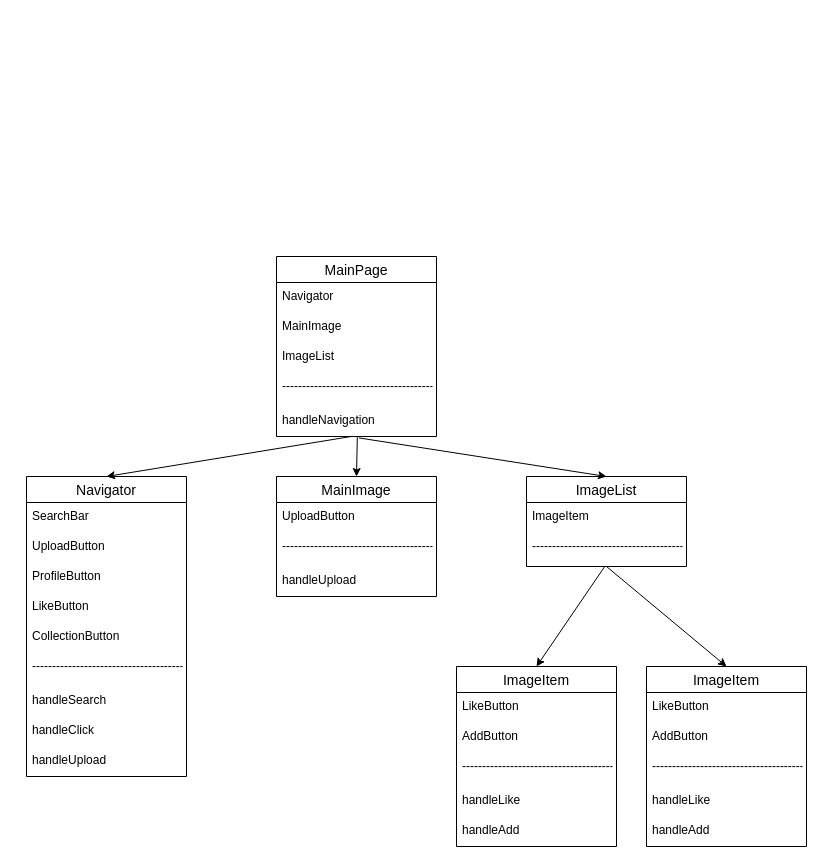
zakyi/RefactMyFirstFrontendProject keeps this draw.io diagram as public/ProjectStructure.drawio. Above is the earlier version. Source tidied: cells renumbered, new cells numbered last; positions are measured from the earlier drawing's top-left corner, leaving out a move shared by most shapes. Both pictures are drawn from the tidied source at 100%, with x=0, y=0 at pixel (26, 256).
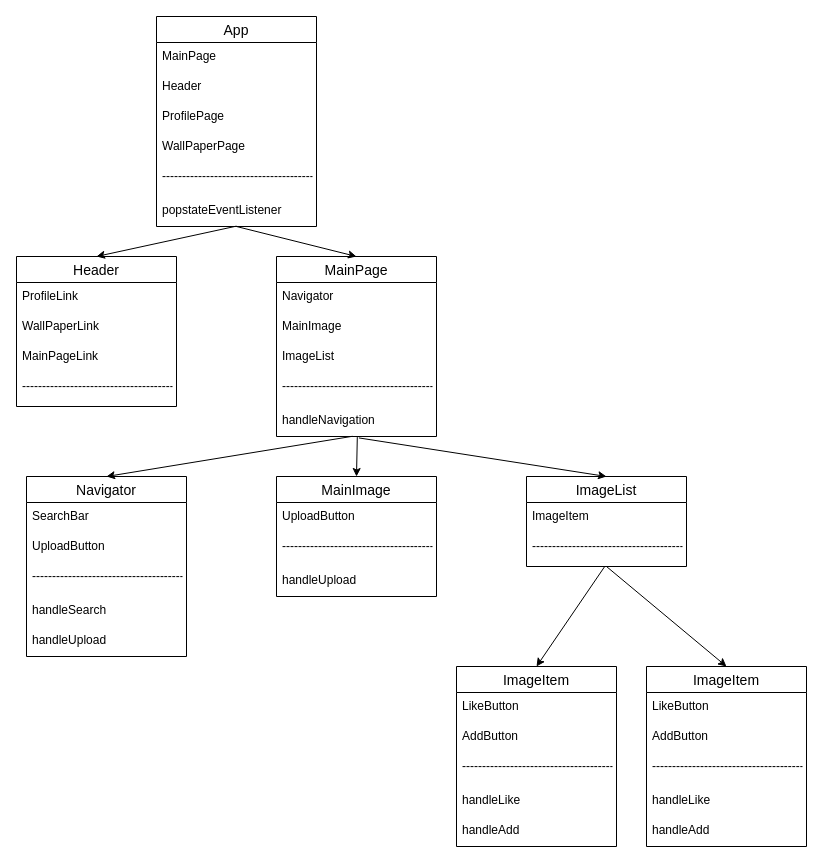
Above is the later version.

Unchanged cells that the change refers to:
```xml
<mxCell id="2" value="MainPage" style="swimlane;fontStyle=0;horizontal=1;startSize=26;align=center;fontSize=14;" parent="1" vertex="1">
  <mxGeometry x="250" width="160" height="180" as="geometry" />
</mxCell>
```

The edit, as a diff of the source:
```diff
@@
     <mxCell id="8" value="Navigator" style="swimlane;fontStyle=0;horizontal=1;startSize=26;align=center;fontSize=14;" parent="1" vertex="1">
-      <mxGeometry y="220" width="160" height="300" as="geometry" />
+      <mxGeometry y="220" width="160" height="180" as="geometry" />
     </mxCell>
@@
-    <mxCell id="11" value="ProfileButton" style="text;strokeColor=none;fillColor=none;spacingLeft=4;spacingRight=4;overflow=hidden;fontSize=12;" parent="8" vertex="1">
-      <mxGeometry y="86" width="160" height="30" as="geometry" />
-    </mxCell>
-    <mxCell id="12" value="LikeButton" style="text;strokeColor=none;fillColor=none;spacingLeft=4;spacingRight=4;overflow=hidden;fontSize=12;" parent="8" vertex="1">
-      <mxGeometry y="116" width="160" height="30" as="geometry" />
-    </mxCell>
-    <mxCell id="13" value="CollectionButton" style="text;strokeColor=none;fillColor=none;spacingLeft=4;spacingRight=4;overflow=hidden;fontSize=12;" parent="8" vertex="1">
-      <mxGeometry y="146" width="160" height="30" as="geometry" />
-    </mxCell>
     <mxCell id="14" value="---------------------------------------" style="text;strokeColor=none;fillColor=none;spacingLeft=4;spacingRight=4;overflow=hidden;fontSize=12;" parent="8" vertex="1">
-      <mxGeometry y="176" width="160" height="34" as="geometry" />
+      <mxGeometry y="86" width="160" height="34" as="geometry" />
     </mxCell>
     <mxCell id="15" value="handleSearch&#10;&#10;&#10;" style="text;strokeColor=none;fillColor=none;spacingLeft=4;spacingRight=4;overflow=hidden;fontSize=12;" parent="8" vertex="1">
-      <mxGeometry y="210" width="160" height="30" as="geometry" />
+      <mxGeometry y="120" width="160" height="30" as="geometry" />
     </mxCell>
-    <mxCell id="16" value="handleClick&#10;&#10;" style="text;strokeColor=none;fillColor=none;spacingLeft=4;spacingRight=4;overflow=hidden;fontSize=12;" parent="8" vertex="1">
-      <mxGeometry y="240" width="160" height="30" as="geometry" />
-    </mxCell>
     <mxCell id="17" value="handleUpload&#10;&#10;" style="text;strokeColor=none;fillColor=none;spacingLeft=4;spacingRight=4;overflow=hidden;fontSize=12;" parent="8" vertex="1">
-      <mxGeometry y="270" width="160" height="30" as="geometry" />
+      <mxGeometry y="150" width="160" height="30" as="geometry" />
     </mxCell>
@@
+    <mxCell id="42" value="Header" style="swimlane;fontStyle=0;horizontal=1;startSize=26;align=center;fontSize=14;" parent="1" vertex="1">
+      <mxGeometry x="-10" width="160" height="150" as="geometry" />
+    </mxCell>
+    <mxCell id="43" value="ProfileLink" style="text;strokeColor=none;fillColor=none;spacingLeft=4;spacingRight=4;overflow=hidden;fontSize=12;" parent="42" vertex="1">
+      <mxGeometry y="26" width="160" height="30" as="geometry" />
+    </mxCell>
+    <mxCell id="44" value="WallPaperLink" style="text;strokeColor=none;fillColor=none;spacingLeft=4;spacingRight=4;overflow=hidden;fontSize=12;" parent="42" vertex="1">
+      <mxGeometry y="56" width="160" height="30" as="geometry" />
+    </mxCell>
+    <mxCell id="45" value="MainPageLink" style="text;strokeColor=none;fillColor=none;spacingLeft=4;spacingRight=4;overflow=hidden;fontSize=12;" parent="42" vertex="1">
+      <mxGeometry y="86" width="160" height="30" as="geometry" />
+    </mxCell>
+    <mxCell id="46" value="---------------------------------------" style="text;strokeColor=none;fillColor=none;spacingLeft=4;spacingRight=4;overflow=hidden;fontSize=12;" parent="42" vertex="1">
+      <mxGeometry y="116" width="160" height="34" as="geometry" />
+    </mxCell>
+    <mxCell id="47" value="App" style="swimlane;fontStyle=0;horizontal=1;startSize=26;align=center;fontSize=14;" parent="1" vertex="1">
+      <mxGeometry x="130" y="-240" width="160" height="210" as="geometry" />
+    </mxCell>
+    <mxCell id="48" value="MainPage" style="text;strokeColor=none;fillColor=none;spacingLeft=4;spacingRight=4;overflow=hidden;fontSize=12;" parent="47" vertex="1">
+      <mxGeometry y="26" width="160" height="30" as="geometry" />
+    </mxCell>
+    <mxCell id="49" value="Header" style="text;strokeColor=none;fillColor=none;spacingLeft=4;spacingRight=4;overflow=hidden;fontSize=12;" parent="47" vertex="1">
+      <mxGeometry y="56" width="160" height="30" as="geometry" />
+    </mxCell>
+    <mxCell id="50" value="ProfilePage" style="text;strokeColor=none;fillColor=none;spacingLeft=4;spacingRight=4;overflow=hidden;fontSize=12;" parent="47" vertex="1">
+      <mxGeometry y="86" width="160" height="30" as="geometry" />
+    </mxCell>
+    <mxCell id="51" value="WallPaperPage" style="text;strokeColor=none;fillColor=none;spacingLeft=4;spacingRight=4;overflow=hidden;fontSize=12;" parent="47" vertex="1">
+      <mxGeometry y="116" width="160" height="30" as="geometry" />
+    </mxCell>
+    <mxCell id="52" value="---------------------------------------" style="text;strokeColor=none;fillColor=none;spacingLeft=4;spacingRight=4;overflow=hidden;fontSize=12;" parent="47" vertex="1">
+      <mxGeometry y="146" width="160" height="34" as="geometry" />
+    </mxCell>
+    <mxCell id="53" value="popstateEventListener" style="text;strokeColor=none;fillColor=none;spacingLeft=4;spacingRight=4;overflow=hidden;points=[[0,0.5],[1,0.5]];portConstraint=eastwest;fontSize=12;" parent="47" vertex="1">
+      <mxGeometry y="180" width="160" height="30" as="geometry" />
+    </mxCell>
+    <mxCell id="54" style="endArrow=classic;html=1;rounded=0;exitX=0.5;exitY=0.987;exitDx=0;exitDy=0;exitPerimeter=0;entryX=0.5;entryY=0;entryDx=0;entryDy=0;" parent="1" edge="1" source="53" target="42">
+      <mxGeometry relative="1" as="geometry" />
+    </mxCell>
+    <mxCell id="55" style="endArrow=classic;html=1;rounded=0;entryX=0.5;entryY=0;entryDx=0;entryDy=0;" parent="1" edge="1" target="2">
+      <mxGeometry relative="1" as="geometry">
+        <mxPoint x="210" y="-30" as="sourcePoint" />
+      </mxGeometry>
+    </mxCell>
```
